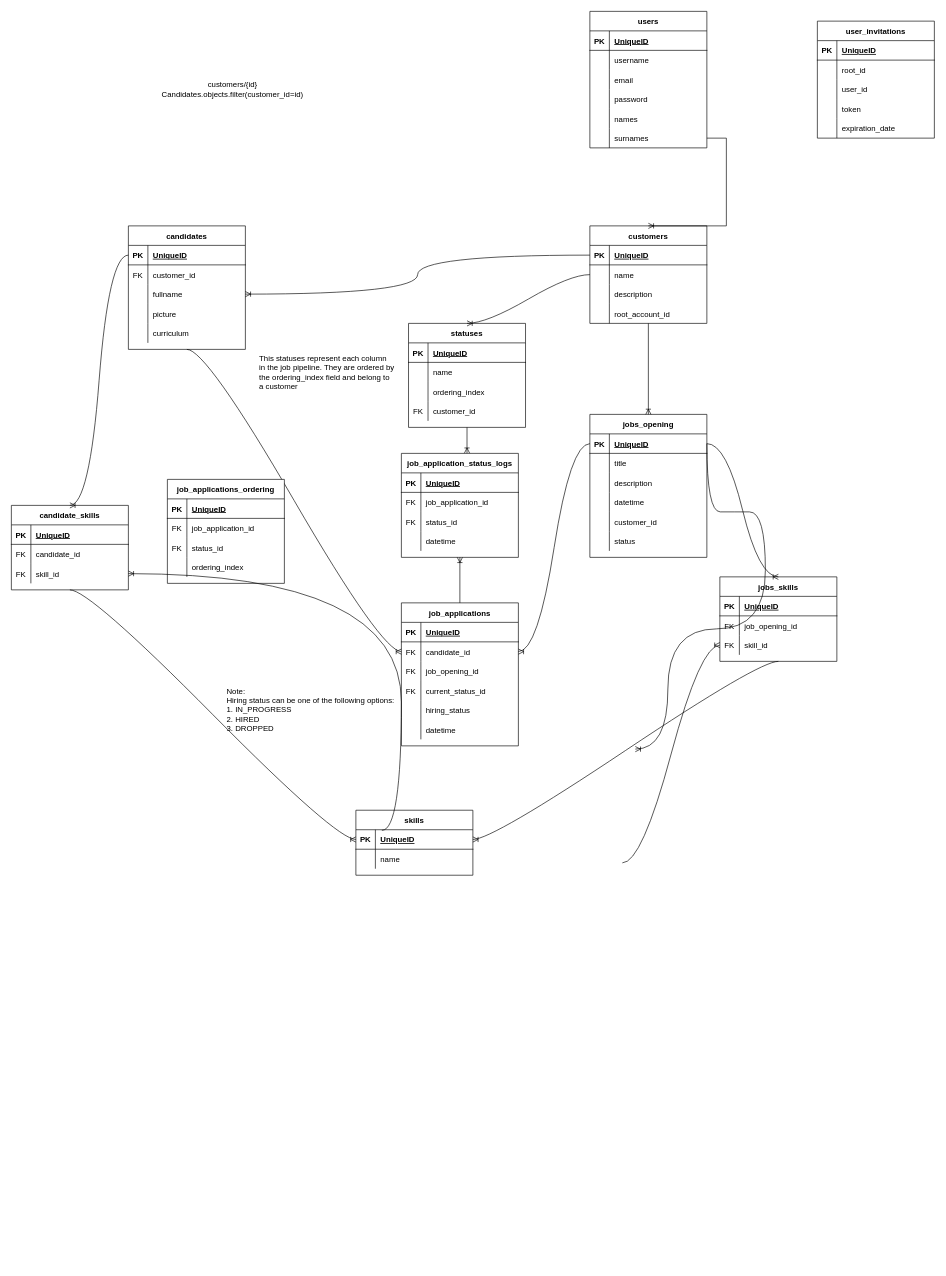
This is Data Structure.drawio from choucoder/multi-tenant-ats, a draw.io file, before an edit. Source tidied: cells renumbered, new cells numbered last; positions are measured from the earlier drawing's top-left corner, leaving out a move shared by most shapes. Both pictures are drawn from the tidied source at 65%, with x=0, y=0 at pixel (11, 11).
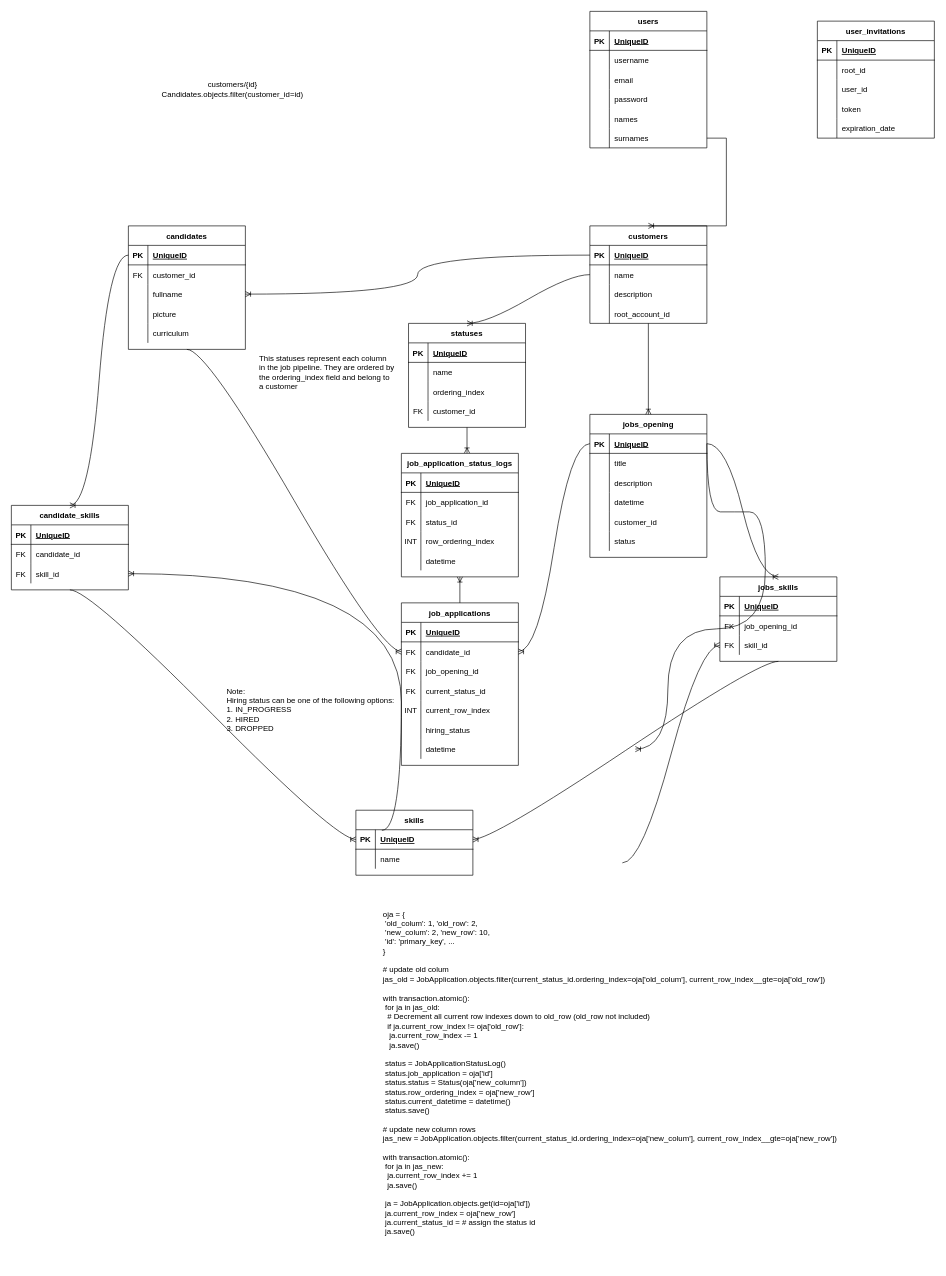
Above is the later version.

Change to the diagram source:
```diff
@@
     <mxCell id="90" value="job_application_status_logs" style="shape=table;startSize=30;childLayout=tableLayout;rowLines=0;fontStyle=1;align=center;" parent="1" vertex="1">
-      <mxGeometry x="600" y="680" width="180" height="160" as="geometry" />
+      <mxGeometry x="600" y="680" width="180" height="190" as="geometry" />
     </mxCell>
@@
+    <mxCell id="185" style="shape=tableRow;horizontal=0;startSize=0;swimlaneHead=0;swimlaneBody=0;fillColor=none;top=0;left=0;right=0;bottom=0;" parent="90" vertex="1">
+      <mxGeometry y="120" width="180" height="30" as="geometry" />
+    </mxCell>
+    <mxCell id="188" value="INT" style="shape=partialRectangle;fillColor=none;top=0;left=0;bottom=0;right=0;overflow=hidden;" parent="185" vertex="1">
+      <mxGeometry width="30" height="30" as="geometry" />
+    </mxCell>
+    <mxCell id="189" value="row_ordering_index" style="shape=partialRectangle;fillColor=none;top=0;left=0;bottom=0;right=0;align=left;spacingLeft=6;overflow=hidden;" parent="185" vertex="1">
+      <mxGeometry x="30" width="150" height="30" as="geometry" />
+    </mxCell>
     <mxCell id="100" style="shape=tableRow;horizontal=0;startSize=0;swimlaneHead=0;swimlaneBody=0;fillColor=none;top=0;left=0;right=0;bottom=0;" parent="90" vertex="1">
-      <mxGeometry y="120" width="180" height="30" as="geometry" />
+      <mxGeometry y="150" width="180" height="30" as="geometry" />
     </mxCell>
@@
     <mxCell id="144" value="job_applications" style="shape=table;startSize=30;childLayout=tableLayout;rowLines=0;fontStyle=1;align=center;" parent="1" vertex="1">
-      <mxGeometry x="600" y="910" width="180" height="220" as="geometry" />
+      <mxGeometry x="600" y="910" width="180" height="250" as="geometry" />
     </mxCell>
@@
+    <mxCell id="190" style="shape=tableRow;horizontal=0;startSize=0;swimlaneHead=0;swimlaneBody=0;fillColor=none;top=0;left=0;right=0;bottom=0;" parent="144" vertex="1">
+      <mxGeometry y="150" width="180" height="30" as="geometry" />
+    </mxCell>
+    <mxCell id="191" value="INT" style="shape=partialRectangle;fillColor=none;top=0;left=0;bottom=0;right=0;overflow=hidden;" parent="190" vertex="1">
+      <mxGeometry width="30" height="30" as="geometry" />
+    </mxCell>
+    <mxCell id="192" value="current_row_index" style="shape=partialRectangle;fillColor=none;top=0;left=0;bottom=0;right=0;align=left;spacingLeft=6;overflow=hidden;" parent="190" vertex="1">
+      <mxGeometry x="30" width="150" height="30" as="geometry" />
+    </mxCell>
     <mxCell id="157" style="shape=tableRow;horizontal=0;startSize=0;swimlaneHead=0;swimlaneBody=0;fillColor=none;top=0;left=0;right=0;bottom=0;" parent="144" vertex="1">
-      <mxGeometry y="150" width="180" height="30" as="geometry" />
+      <mxGeometry y="180" width="180" height="30" as="geometry" />
     </mxCell>
@@
     <mxCell id="160" style="shape=tableRow;horizontal=0;startSize=0;swimlaneHead=0;swimlaneBody=0;fillColor=none;top=0;left=0;right=0;bottom=0;" parent="144" vertex="1">
-      <mxGeometry y="180" width="180" height="30" as="geometry" />
+      <mxGeometry y="210" width="180" height="30" as="geometry" />
     </mxCell>
@@
-    <mxCell id="175" value="job_applications_ordering" style="shape=table;startSize=30;childLayout=tableLayout;rowLines=0;fontStyle=1;align=center;" parent="1" vertex="1">
-      <mxGeometry x="240" y="720" width="180" height="160" as="geometry" />
-    </mxCell>
-    <mxCell id="176" style="shape=tableRow;horizontal=0;startSize=0;swimlaneHead=0;swimlaneBody=0;fillColor=none;top=0;left=0;right=0;bottom=1;" parent="175" vertex="1">
-      <mxGeometry y="30" width="180" height="30" as="geometry" />
-    </mxCell>
-    <mxCell id="177" value="PK" style="shape=partialRectangle;fillColor=none;top=0;left=0;bottom=0;right=0;fontStyle=1;overflow=hidden;" parent="176" vertex="1">
-      <mxGeometry width="30" height="30" as="geometry" />
-    </mxCell>
-    <mxCell id="178" value="UniqueID" style="shape=partialRectangle;fillColor=none;top=0;left=0;bottom=0;right=0;align=left;spacingLeft=6;fontStyle=5;overflow=hidden;" parent="176" vertex="1">
-      <mxGeometry x="30" width="150" height="30" as="geometry" />
-    </mxCell>
-    <mxCell id="179" style="shape=tableRow;horizontal=0;startSize=0;swimlaneHead=0;swimlaneBody=0;fillColor=none;top=0;left=0;right=0;bottom=0;" parent="175" vertex="1">
-      <mxGeometry y="60" width="180" height="30" as="geometry" />
-    </mxCell>
-    <mxCell id="180" value="FK" style="shape=partialRectangle;fillColor=none;top=0;left=0;bottom=0;right=0;overflow=hidden;" parent="179" vertex="1">
-      <mxGeometry width="30" height="30" as="geometry" />
-    </mxCell>
-    <mxCell id="181" value="job_application_id" style="shape=partialRectangle;fillColor=none;top=0;left=0;bottom=0;right=0;align=left;spacingLeft=6;overflow=hidden;" parent="179" vertex="1">
-      <mxGeometry x="30" width="150" height="30" as="geometry" />
-    </mxCell>
-    <mxCell id="182" style="shape=tableRow;horizontal=0;startSize=0;swimlaneHead=0;swimlaneBody=0;fillColor=none;top=0;left=0;right=0;bottom=0;" parent="175" vertex="1">
-      <mxGeometry y="90" width="180" height="30" as="geometry" />
-    </mxCell>
-    <mxCell id="183" value="FK" style="shape=partialRectangle;fillColor=none;top=0;left=0;bottom=0;right=0;overflow=hidden;" parent="182" vertex="1">
-      <mxGeometry width="30" height="30" as="geometry" />
-    </mxCell>
-    <mxCell id="184" value="status_id" style="shape=partialRectangle;fillColor=none;top=0;left=0;bottom=0;right=0;align=left;spacingLeft=6;overflow=hidden;" parent="182" vertex="1">
-      <mxGeometry x="30" width="150" height="30" as="geometry" />
-    </mxCell>
-    <mxCell id="185" style="shape=tableRow;horizontal=0;startSize=0;swimlaneHead=0;swimlaneBody=0;fillColor=none;top=0;left=0;right=0;bottom=0;" parent="175" vertex="1">
-      <mxGeometry y="120" width="180" height="30" as="geometry" />
-    </mxCell>
-    <mxCell id="186" style="shape=partialRectangle;fillColor=none;top=0;left=0;bottom=0;right=0;overflow=hidden;" parent="185" vertex="1">
-      <mxGeometry width="30" height="30" as="geometry" />
-    </mxCell>
-    <mxCell id="187" value="ordering_index" style="shape=partialRectangle;fillColor=none;top=0;left=0;bottom=0;right=0;align=left;spacingLeft=6;overflow=hidden;" parent="185" vertex="1">
-      <mxGeometry x="30" width="150" height="30" as="geometry" />
-    </mxCell>
+    <mxCell id="193" value="&lt;div style=&quot;&quot;&gt;&lt;span style=&quot;background-color: initial;&quot;&gt;oja = {&lt;/span&gt;&lt;/div&gt;&lt;div style=&quot;&quot;&gt;&lt;span style=&quot;background-color: initial;&quot;&gt;&lt;span style=&quot;white-space: pre;&quot;&gt; &lt;/span&gt;'old_colum': 1, 'old_row': 2,&lt;/span&gt;&lt;/div&gt;&lt;div style=&quot;&quot;&gt;&lt;span style=&quot;background-color: initial;&quot;&gt;&lt;span style=&quot;white-space: pre;&quot;&gt; &lt;/span&gt;'new_colum': 2, 'new_row': 10,&lt;/span&gt;&lt;/div&gt;&lt;div style=&quot;&quot;&gt;&lt;span style=&quot;background-color: initial;&quot;&gt;&lt;span style=&quot;white-space: pre;&quot;&gt; &lt;/span&gt;'id': 'primary_key', ...&lt;br&gt;&lt;/span&gt;&lt;/div&gt;&lt;div style=&quot;&quot;&gt;&lt;span style=&quot;background-color: initial;&quot;&gt;}&lt;/span&gt;&lt;/div&gt;&lt;div style=&quot;&quot;&gt;&lt;span style=&quot;background-color: initial;&quot;&gt;&lt;br&gt;&lt;/span&gt;&lt;/div&gt;&lt;div style=&quot;&quot;&gt;# update old colum&lt;/div&gt;&lt;div style=&quot;&quot;&gt;jas_old = JobApplication.objects.filter(current_status_id.ordering_index=oja['old_colum'], current_row_index__gte=oja['old_row'])&lt;/div&gt;&lt;div style=&quot;&quot;&gt;&lt;span style=&quot;background-color: initial;&quot;&gt;&lt;br&gt;&lt;/span&gt;&lt;/div&gt;&lt;div style=&quot;&quot;&gt;&lt;span style=&quot;background-color: initial;&quot;&gt;with transaction.atomic():&lt;/span&gt;&lt;/div&gt;&lt;div style=&quot;&quot;&gt;&lt;span style=&quot;background-color: initial;&quot;&gt;&lt;span style=&quot;white-space: pre;&quot;&gt; &lt;/span&gt;for ja in jas_old:&lt;/span&gt;&lt;/div&gt;&lt;div style=&quot;&quot;&gt;&lt;span style=&quot;background-color: initial;&quot;&gt;&lt;span style=&quot;white-space: pre;&quot;&gt; &lt;/span&gt;&lt;span style=&quot;white-space: pre;&quot;&gt; &lt;/span&gt;# Decrement all current row indexes down to old_row (old_row not included)&lt;br&gt;&lt;/span&gt;&lt;/div&gt;&lt;div style=&quot;&quot;&gt;&lt;span style=&quot;background-color: initial;&quot;&gt;&lt;span style=&quot;white-space: pre;&quot;&gt; &lt;/span&gt;&lt;span style=&quot;white-space: pre;&quot;&gt; &lt;/span&gt;if ja.current_row_index != oja['old_row']:&lt;br&gt;&lt;/span&gt;&lt;/div&gt;&lt;div style=&quot;&quot;&gt;&lt;span style=&quot;background-color: initial;&quot;&gt;&lt;span style=&quot;white-space: pre;&quot;&gt; &lt;/span&gt;&lt;span style=&quot;white-space: pre;&quot;&gt; &lt;span style=&quot;white-space: pre;&quot;&gt; &lt;/span&gt;&lt;/span&gt;ja.current_row_index -= 1&lt;br&gt;&lt;/span&gt;&lt;/div&gt;&lt;div style=&quot;&quot;&gt;&lt;span style=&quot;background-color: initial;&quot;&gt;&lt;span style=&quot;white-space: pre;&quot;&gt; &lt;/span&gt;&lt;span style=&quot;white-space: pre;&quot;&gt; &lt;span style=&quot;white-space: pre;&quot;&gt; &lt;/span&gt;&lt;/span&gt;ja.save()&lt;br&gt;&lt;/span&gt;&lt;/div&gt;&lt;div style=&quot;&quot;&gt;&lt;span style=&quot;background-color: initial;&quot;&gt;&lt;br&gt;&lt;/span&gt;&lt;/div&gt;&lt;div style=&quot;&quot;&gt;&lt;span style=&quot;background-color: initial;&quot;&gt;&lt;span style=&quot;white-space: pre;&quot;&gt; &lt;/span&gt;status = JobApplicationStatusLog()&lt;br&gt;&lt;/span&gt;&lt;/div&gt;&lt;div style=&quot;&quot;&gt;&lt;span style=&quot;background-color: initial;&quot;&gt;&lt;span style=&quot;white-space: pre;&quot;&gt; &lt;/span&gt;status.job_application = oja['id']&lt;br&gt;&lt;/span&gt;&lt;/div&gt;&lt;div style=&quot;&quot;&gt;&lt;span style=&quot;background-color: initial;&quot;&gt;&lt;span style=&quot;white-space: pre;&quot;&gt; &lt;/span&gt;status.status = Status(oja['new_column'])&lt;br&gt;&lt;/span&gt;&lt;/div&gt;&lt;div style=&quot;&quot;&gt;&lt;span style=&quot;background-color: initial;&quot;&gt;&lt;span style=&quot;white-space: pre;&quot;&gt; &lt;/span&gt;status.row_ordering_index = oja['new_row']&lt;br&gt;&lt;/span&gt;&lt;/div&gt;&lt;div style=&quot;&quot;&gt;&lt;span style=&quot;white-space: pre;&quot;&gt; &lt;/span&gt;status.current_datetime = datetime()&lt;br&gt;&lt;/div&gt;&lt;div style=&quot;&quot;&gt;&lt;span style=&quot;white-space: pre;&quot;&gt; &lt;/span&gt;status.save()&lt;br&gt;&lt;/div&gt;&lt;div style=&quot;&quot;&gt;&lt;span style=&quot;background-color: initial;&quot;&gt;&lt;br&gt;&lt;/span&gt;&lt;/div&gt;&lt;div style=&quot;&quot;&gt;&lt;span style=&quot;background-color: initial;&quot;&gt;# update new column rows&lt;/span&gt;&lt;/div&gt;&lt;div style=&quot;&quot;&gt;&lt;span style=&quot;background-color: initial;&quot;&gt;jas_new = JobApplication.objects.filter(current_status_id.ordering_index=oja['new_colum'], current_row_index__gte=oja['new_row'])&lt;/span&gt;&lt;/div&gt;&lt;div style=&quot;&quot;&gt;&lt;span style=&quot;background-color: initial;&quot;&gt;&lt;br&gt;&lt;/span&gt;&lt;/div&gt;&lt;div style=&quot;&quot;&gt;&lt;span style=&quot;background-color: initial;&quot;&gt;with transaction.atomic():&lt;/span&gt;&lt;/div&gt;&lt;div style=&quot;&quot;&gt;&lt;span style=&quot;background-color: initial;&quot;&gt;&lt;span style=&quot;white-space: pre;&quot;&gt; &lt;/span&gt;for ja in jas_new:&lt;br&gt;&lt;/span&gt;&lt;/div&gt;&lt;div style=&quot;&quot;&gt;&lt;span style=&quot;background-color: initial;&quot;&gt;&lt;span style=&quot;white-space: pre;&quot;&gt; &lt;/span&gt;&lt;span style=&quot;white-space: pre;&quot;&gt; &lt;/span&gt;ja.current_row_index += 1&lt;br&gt;&lt;/span&gt;&lt;/div&gt;&lt;div style=&quot;&quot;&gt;&lt;span style=&quot;background-color: initial;&quot;&gt;&lt;span style=&quot;white-space: pre;&quot;&gt; &lt;/span&gt;&lt;span style=&quot;white-space: pre;&quot;&gt; &lt;/span&gt;ja.save()&lt;br&gt;&lt;/span&gt;&lt;/div&gt;&lt;div style=&quot;&quot;&gt;&lt;span style=&quot;background-color: initial;&quot;&gt;&lt;br&gt;&lt;/span&gt;&lt;/div&gt;&lt;div style=&quot;&quot;&gt;&lt;span style=&quot;white-space: pre;&quot;&gt; &lt;/span&gt;ja = JobApplication.objects.get(id=oja['id'])&lt;br&gt;&lt;/div&gt;&lt;div style=&quot;&quot;&gt;&lt;span style=&quot;white-space: pre;&quot;&gt; &lt;/span&gt;ja.current_row_index = oja['new_row']&lt;br&gt;&lt;/div&gt;&lt;div style=&quot;&quot;&gt;&lt;span style=&quot;white-space: pre;&quot;&gt; &lt;/span&gt;ja.current_status_id = # assign the status id&lt;br&gt;&lt;/div&gt;&lt;div style=&quot;&quot;&gt;&lt;span style=&quot;white-space: pre;&quot;&gt; &lt;/span&gt;ja.save()&lt;br&gt;&lt;/div&gt;&lt;div style=&quot;&quot;&gt;&lt;span style=&quot;background-color: initial;&quot;&gt;&lt;br&gt;&lt;/span&gt;&lt;/div&gt;&lt;div style=&quot;&quot;&gt;&lt;span style=&quot;background-color: initial;&quot;&gt;&lt;br&gt;&lt;/span&gt;&lt;/div&gt;&lt;div style=&quot;&quot;&gt;&lt;span style=&quot;background-color: initial;&quot;&gt;&lt;br&gt;&lt;/span&gt;&lt;/div&gt;" style="text;html=1;strokeColor=none;fillColor=none;align=left;verticalAlign=middle;whiteSpace=wrap;rounded=0;" parent="1" vertex="1">
+      <mxGeometry x="570" y="1420" width="741" height="470" as="geometry" />
+    </mxCell>
```
